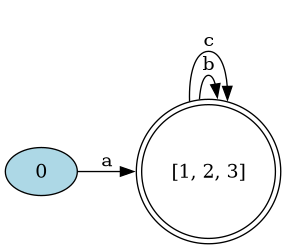
Above: Min-DFA.png in Daniel-Sima/Clone-of-the-egrep-UNIX-command (Graphviz), before the change. Its source is kept beside it as Min-DFA.dot.
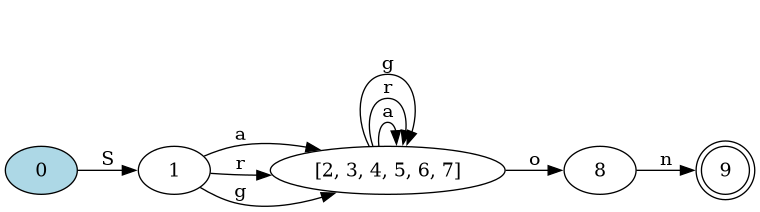
Later version of the same file.

Change to the diagram source:
```diff
@@ -1,10 +1,16 @@
 digraph {
 	rankdir=LR;
 
-	"[1, 2, 3]" [shape=doublecircle]
+	"9" [shape=doublecircle]
 	0 [style=filled, fillcolor="lightblue"]
 
-	0->"[1, 2, 3]" [label= "a"];
-	"[1, 2, 3]"->"[1, 2, 3]" [label= "b"];
-	"[1, 2, 3]"->"[1, 2, 3]" [label= "c"];
+	0->1 [label= "S"];
+	8->9 [label= "n"];
+	1->"[2, 3, 4, 5, 6, 7]" [label= "a"];
+	1->"[2, 3, 4, 5, 6, 7]" [label= "r"];
+	1->"[2, 3, 4, 5, 6, 7]" [label= "g"];
+	"[2, 3, 4, 5, 6, 7]"->"[2, 3, 4, 5, 6, 7]" [label= "a"];
+	"[2, 3, 4, 5, 6, 7]"->"[2, 3, 4, 5, 6, 7]" [label= "r"];
+	"[2, 3, 4, 5, 6, 7]"->"[2, 3, 4, 5, 6, 7]" [label= "g"];
+	"[2, 3, 4, 5, 6, 7]"->8 [label= "o"];
 }
```
